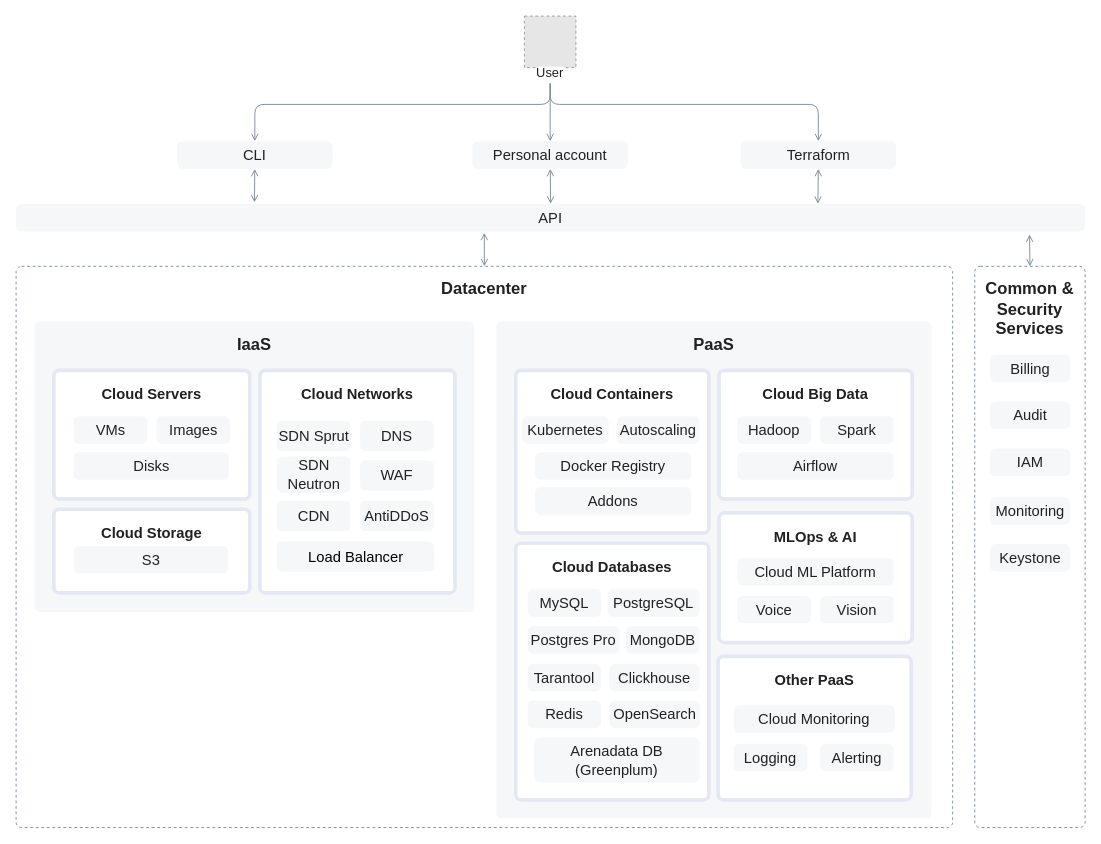
Before: docs/ru/intro/start/concepts/architecture/assets/vkcloud_architecture.drawio in vk-cs/docs-public, a draw.io diagram. Source tidied: cells renumbered, new cells numbered last; positions are measured from the earlier drawing's top-left corner, leaving out a move shared by most shapes. Both pictures are drawn from the tidied source at 92%, with x=0, y=0 at pixel (16, 16). Pictures stored in the file or linked from it are replaced by grey dashed boxes.
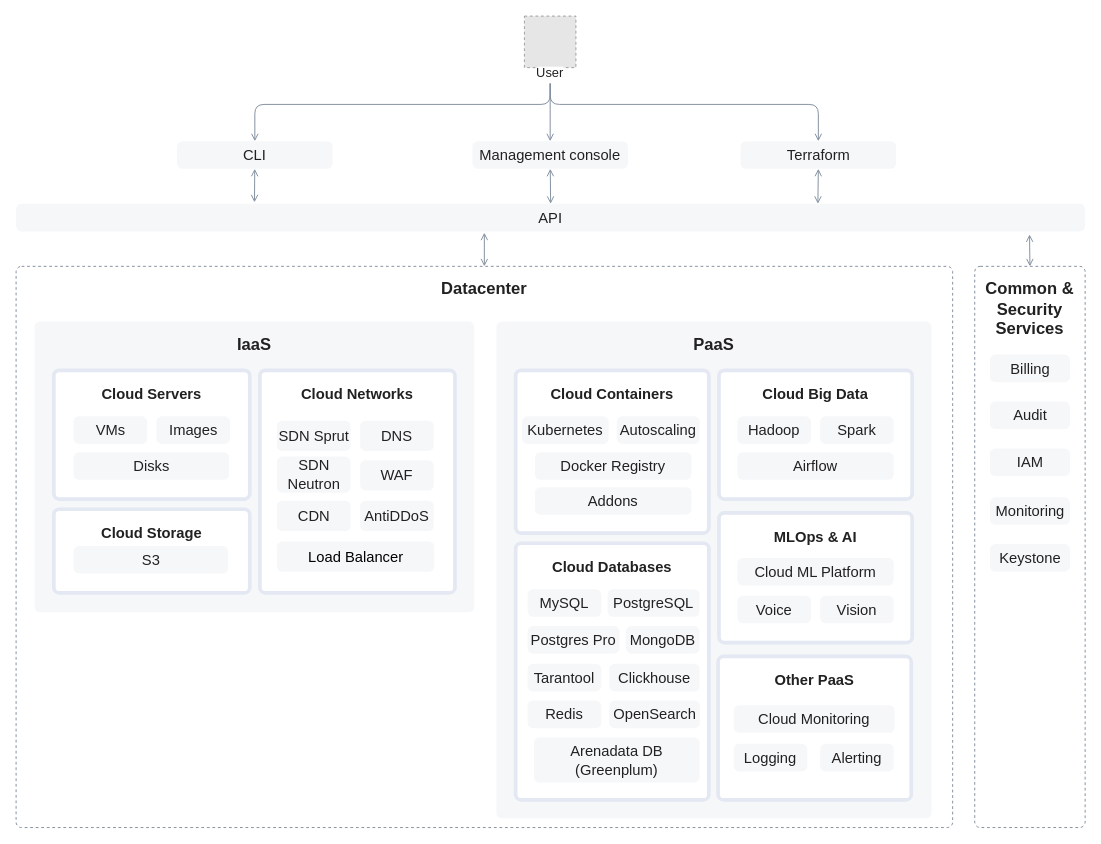
Above is the later version.

What changed in the source:
```diff
@@
-    <mxCell id="38" value="&lt;font color=&quot;#212121&quot; style=&quot;font-size: 16px;&quot;&gt;Personal account&lt;/font&gt;" style="rounded=1;whiteSpace=wrap;html=1;fontFamily=VK Sans Display;strokeColor=none;arcsize=12;fillColor=#F6F7F9;spacing=0;spacingTop=12;spacingBottom=12;arcSize=12;absoluteArcSize=1;fontSize=16;" parent="1" vertex="1">
+    <mxCell id="38" value="&lt;font color=&quot;#212121&quot; style=&quot;font-size: 16px;&quot;&gt;Management console&lt;/font&gt;" style="rounded=1;whiteSpace=wrap;html=1;fontFamily=VK Sans Display;strokeColor=none;arcsize=12;fillColor=#F6F7F9;spacing=0;spacingTop=12;spacingBottom=12;arcSize=12;absoluteArcSize=1;fontSize=16;" parent="1" vertex="1">
       <mxGeometry x="496" y="136" width="169" height="30" as="geometry" />
     </mxCell>
```
